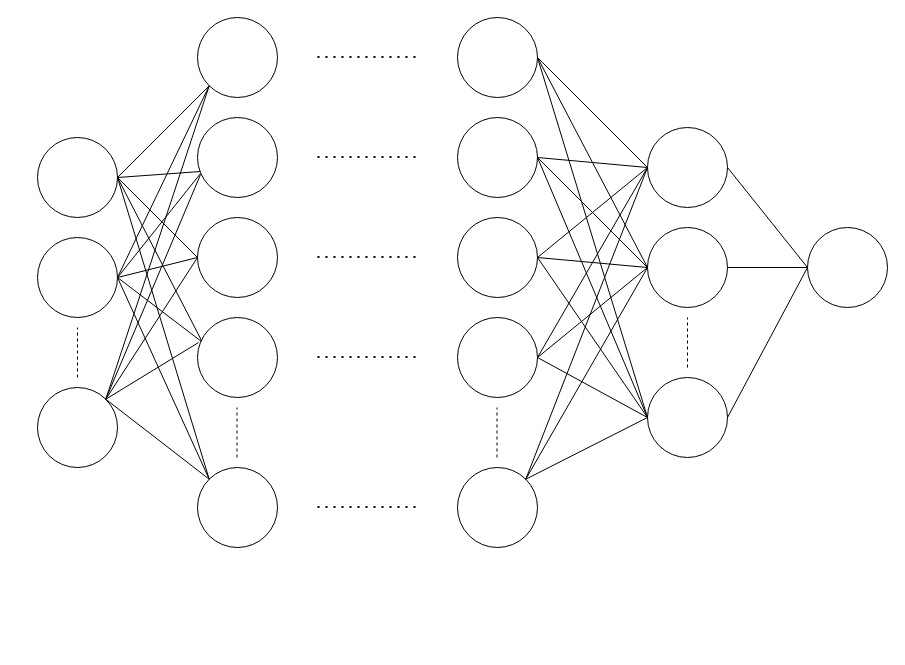
Earlier version of the draw.io diagram neural network.drawio (EmilWalewski/For-Mati). Source tidied: cells renumbered, new cells numbered last; positions are measured from the earlier drawing's top-left corner, leaving out a move shared by most shapes. Both pictures are drawn from the tidied source at 100%, with x=0, y=0 at pixel (37, 17).
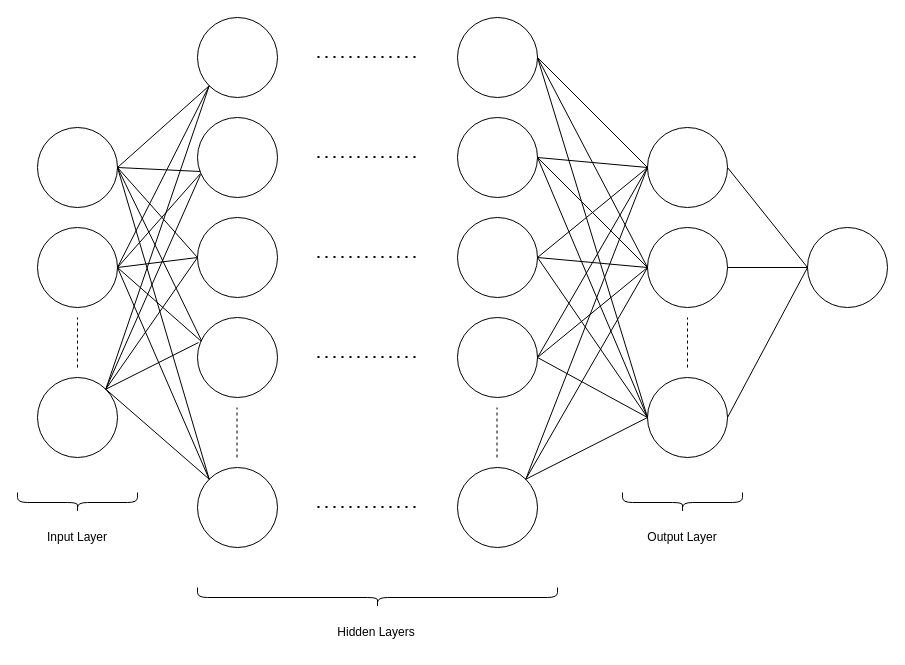
The same diagram, later.

Unchanged cells that the change refers to:
```xml
<mxCell id="11" style="ellipse;whiteSpace=wrap;html=1;" parent="1" vertex="1">
  <mxGeometry x="160" y="450" width="80" height="80" as="geometry" />
</mxCell>
```

Diff of the diagram source:
```diff
@@
     <mxCell id="2" style="ellipse;whiteSpace=wrap;html=1;" parent="1" vertex="1">
-      <mxGeometry y="220" width="80" height="80" as="geometry" />
+      <mxGeometry y="210" width="80" height="80" as="geometry" />
     </mxCell>
     <mxCell id="3" style="ellipse;whiteSpace=wrap;html=1;" parent="1" vertex="1">
-      <mxGeometry y="370" width="80" height="80" as="geometry" />
+      <mxGeometry y="360" width="80" height="80" as="geometry" />
     </mxCell>
     <mxCell id="4" style="endArrow=none;dashed=1;html=1;rounded=0;" parent="1" edge="1">
       <mxGeometry relative="1" as="geometry">
-        <mxPoint x="40" y="360" as="sourcePoint" />
-        <mxPoint x="40" y="310" as="targetPoint" />
+        <mxPoint x="40" y="350" as="sourcePoint" />
+        <mxPoint x="40" y="300" as="targetPoint" />
       </mxGeometry>
     </mxCell>
     <mxCell id="5" style="ellipse;whiteSpace=wrap;html=1;" parent="1" vertex="1">
-      <mxGeometry y="120" width="80" height="80" as="geometry" />
+      <mxGeometry y="110" width="80" height="80" as="geometry" />
     </mxCell>
@@
     <mxCell id="36" style="endArrow=none;html=1;rounded=0;entryX=0;entryY=0;entryDx=0;entryDy=0;" parent="1" edge="1" target="11">
       <mxGeometry relative="1" as="geometry">
-        <mxPoint x="80" y="260" as="sourcePoint" />
+        <mxPoint x="80" y="250" as="sourcePoint" />
       </mxGeometry>
     </mxCell>
@@
+    <mxCell id="61" style="shape=curlyBracket;whiteSpace=wrap;html=1;rounded=1;flipH=1;labelPosition=right;verticalLabelPosition=middle;align=left;verticalAlign=middle;rotation=90;" parent="1" vertex="1">
+      <mxGeometry x="30" y="425" width="20" height="120" as="geometry" />
+    </mxCell>
+    <mxCell id="62" style="shape=curlyBracket;whiteSpace=wrap;html=1;rounded=1;flipH=1;labelPosition=right;verticalLabelPosition=middle;align=left;verticalAlign=middle;rotation=90;" parent="1" vertex="1">
+      <mxGeometry x="330" y="400" width="20" height="360" as="geometry" />
+    </mxCell>
+    <mxCell id="63" style="shape=curlyBracket;whiteSpace=wrap;html=1;rounded=1;flipH=1;labelPosition=right;verticalLabelPosition=middle;align=left;verticalAlign=middle;rotation=90;" parent="1" vertex="1">
+      <mxGeometry x="635" y="425" width="20" height="120" as="geometry" />
+    </mxCell>
+    <mxCell id="64" value="Input Layer" style="text;html=1;strokeColor=none;fillColor=none;align=center;verticalAlign=middle;whiteSpace=wrap;rounded=0;" parent="1" vertex="1">
+      <mxGeometry x="-5" y="505" width="90" height="30" as="geometry" />
+    </mxCell>
+    <mxCell id="65" value="Output Layer" style="text;html=1;strokeColor=none;fillColor=none;align=center;verticalAlign=middle;whiteSpace=wrap;rounded=0;" parent="1" vertex="1">
+      <mxGeometry x="600" y="505" width="90" height="30" as="geometry" />
+    </mxCell>
+    <mxCell id="66" value="Hidden Layers" style="text;html=1;strokeColor=none;fillColor=none;align=center;verticalAlign=middle;whiteSpace=wrap;rounded=0;" parent="1" vertex="1">
+      <mxGeometry x="294" y="600" width="90" height="30" as="geometry" />
+    </mxCell>
```
